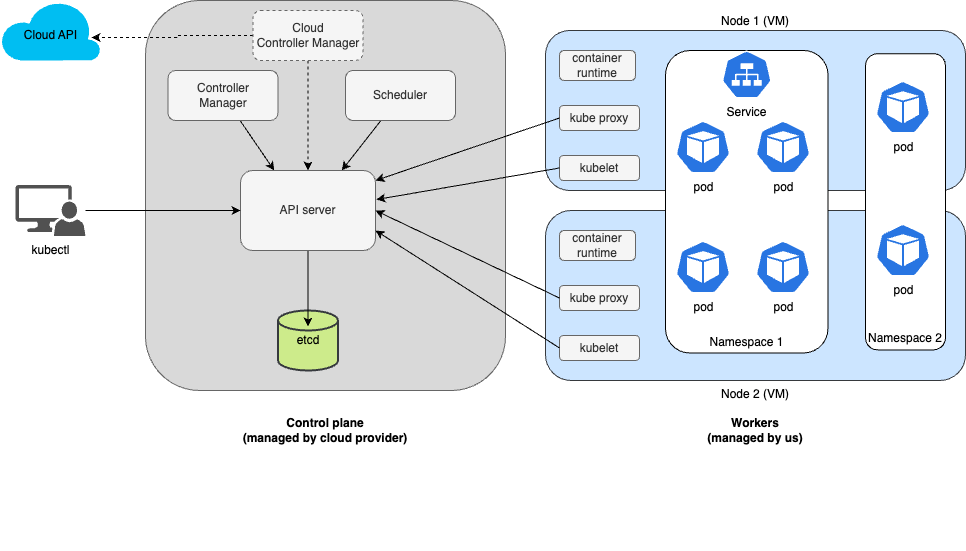
rohithegde/rohithegde.github.com keeps this draw.io diagram as assets/images/k8s/k8s-architecture.drawio.png. Above is the earlier version. Source tidied: cells renumbered, new cells last; positions are measured from the earlier drawing's top-left corner, leaving out a move shared by most shapes.
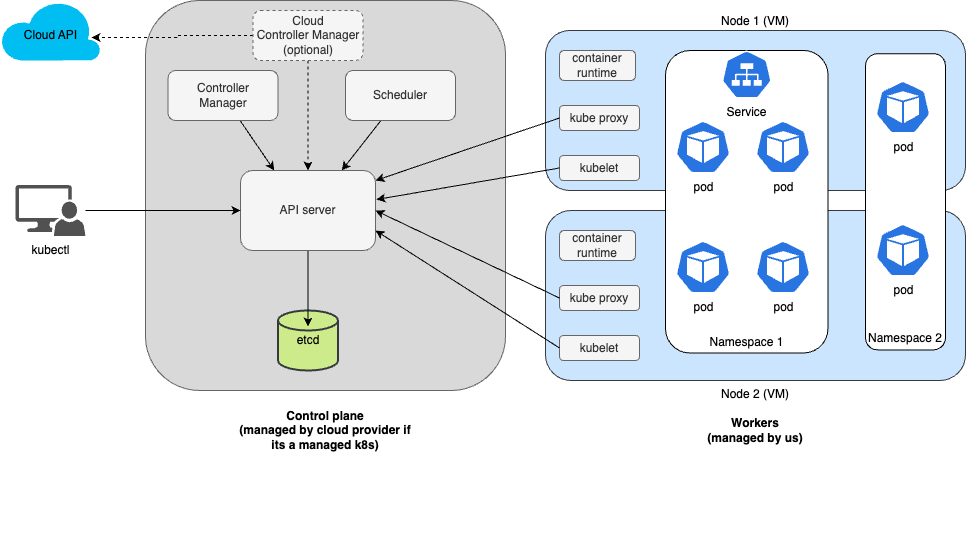
Later version of the same file.

What changed in the source:
```diff
@@ -101,7 +101,7 @@
     <mxCell id="34" value="kubectl" style="shadow=0;dashed=0;html=1;strokeColor=none;labelPosition=center;verticalLabelPosition=bottom;verticalAlign=top;align=center;fillColor=#515151;shape=mxgraph.mscae.system_center.admin_console;" parent="1" vertex="1">
       <mxGeometry x="15" y="184.5" width="70" height="51" as="geometry" />
     </mxCell>
-    <mxCell id="35" value="Control plane&lt;br&gt;(managed by cloud provider)" style="text;html=1;strokeColor=none;fillColor=none;align=center;verticalAlign=middle;whiteSpace=wrap;rounded=0;fontStyle=1;" parent="1" vertex="1">
+    <mxCell id="35" value="Control plane&lt;br&gt;(managed by cloud provider if its a managed k8s)" style="text;html=1;strokeColor=none;fillColor=none;align=center;verticalAlign=middle;whiteSpace=wrap;rounded=0;fontStyle=1;" parent="1" vertex="1">
       <mxGeometry x="235" y="420" width="180" height="20" as="geometry" />
     </mxCell>
     <mxCell id="36" style="rounded=0;jettySize=auto;html=1;entryX=1.007;entryY=0.363;entryDx=0;entryDy=0;entryPerimeter=0;exitX=0;exitY=0.5;exitDx=0;exitDy=0;" parent="1" edge="1" source="11" target="30">
@@ -122,7 +122,7 @@
     <mxCell id="41" style="edgeStyle=orthogonalEdgeStyle;rounded=0;jettySize=auto;html=1;entryX=0.91;entryY=0.617;entryDx=0;entryDy=0;entryPerimeter=0;dashed=1;" parent="1" edge="1" source="42" target="43">
       <mxGeometry relative="1" as="geometry" />
     </mxCell>
-    <mxCell id="42" value="Cloud &lt;br&gt;Controller Manager" style="rounded=1;whiteSpace=wrap;html=1;dashed=1;fillColor=#f5f5f5;fontColor=#333333;strokeColor=#666666;" parent="1" vertex="1">
+    <mxCell id="42" value="Cloud &lt;br&gt;Controller Manager&lt;br&gt;(optional)" style="rounded=1;whiteSpace=wrap;html=1;dashed=1;fillColor=#f5f5f5;fontColor=#333333;strokeColor=#666666;" parent="1" vertex="1">
       <mxGeometry x="252.5" y="10" width="110" height="50" as="geometry" />
     </mxCell>
     <mxCell id="43" value="Cloud API" style="verticalLabelPosition=middle;html=1;verticalAlign=middle;align=center;strokeColor=none;fillColor=#00BEF2;shape=mxgraph.azure.cloud;dashed=1;labelPosition=center;spacingBottom=-10;" parent="1" vertex="1">
```
